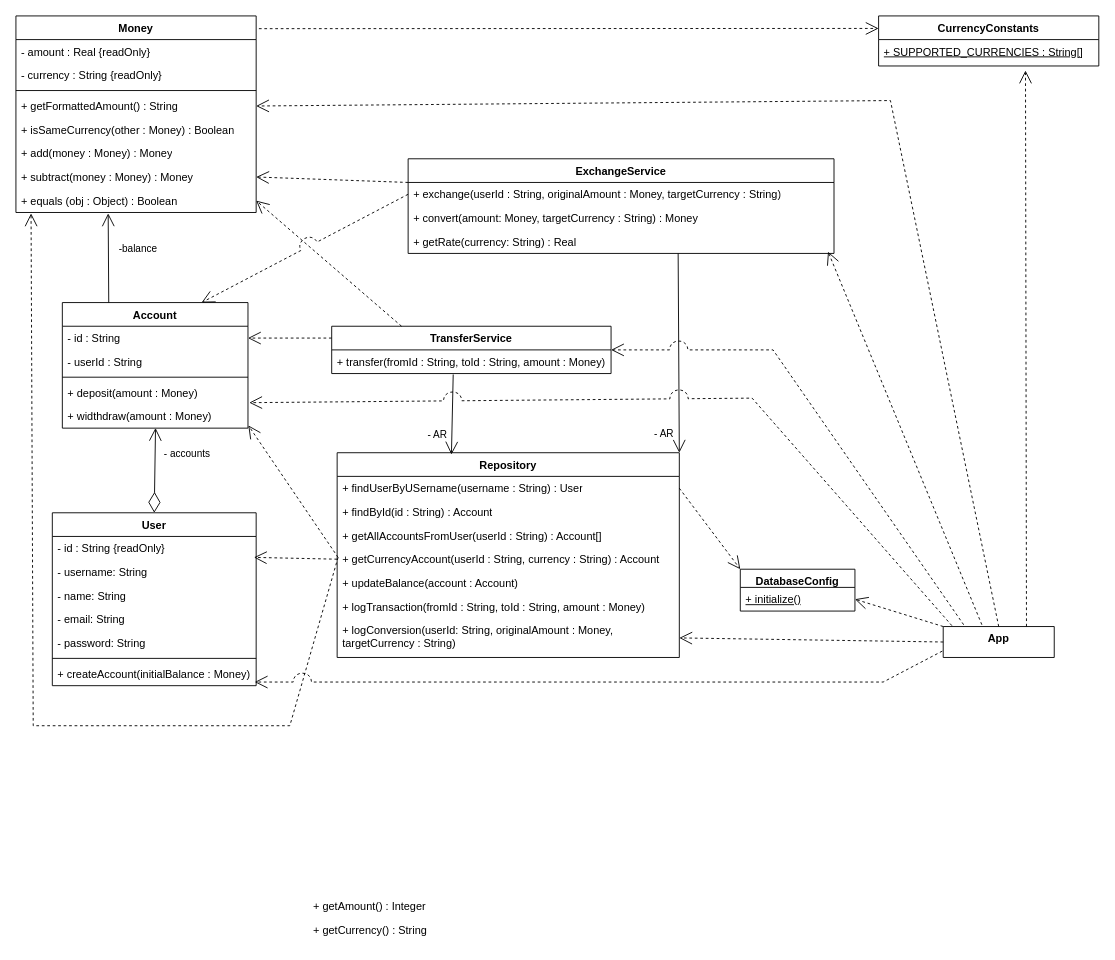
Before: lab 4 - ValueObject/IB.drawio in solovozer/-2, a draw.io diagram. Source tidied: cells renumbered, new cells numbered last; positions are measured from the earlier drawing's top-left corner, leaving out a move shared by most shapes. Both pictures are drawn from the tidied source at 91%, with x=0, y=0 at pixel (15, 15).
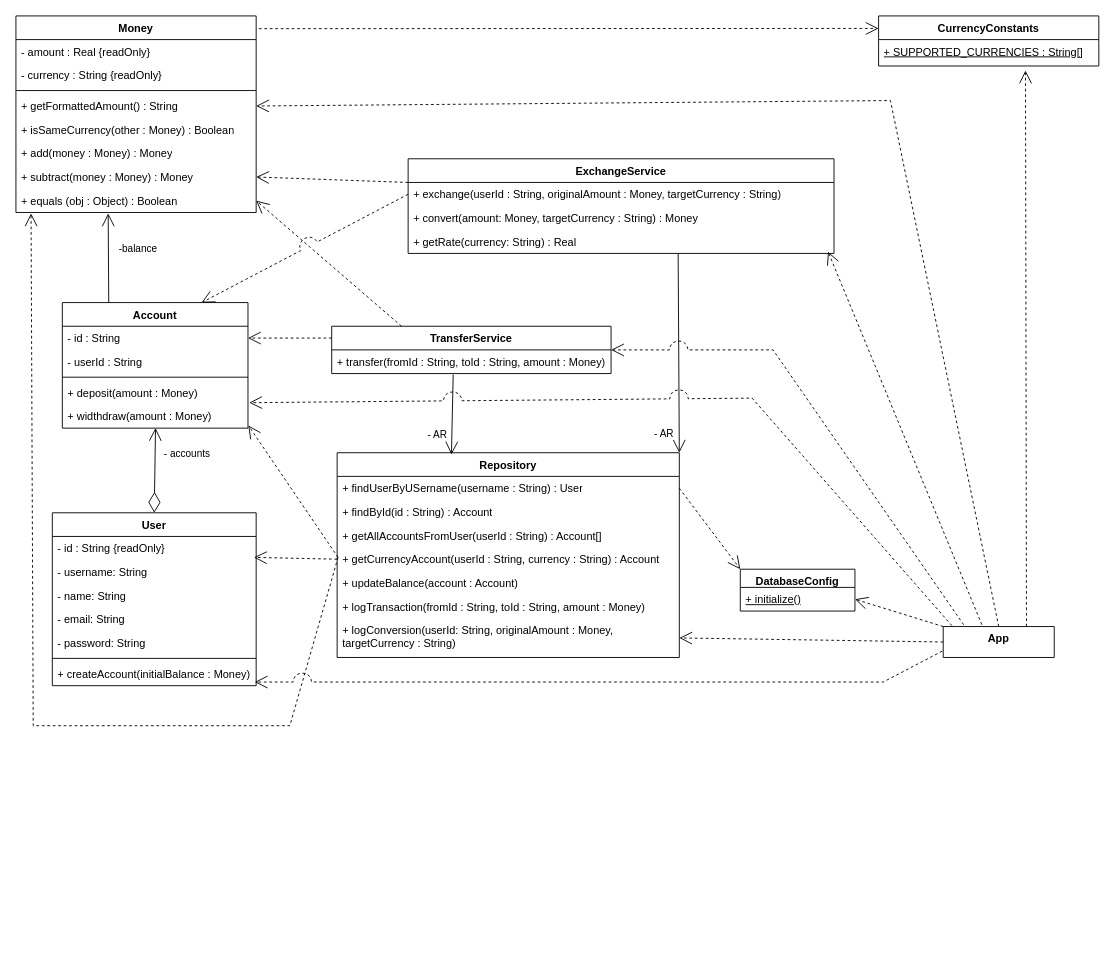
Above is the later version.

Diff of the diagram source:
```diff
@@
-    <mxCell id="37" value="+ getAmount() : Integer" style="text;strokeColor=none;fillColor=none;align=left;verticalAlign=top;spacingLeft=4;spacingRight=4;overflow=hidden;whiteSpace=wrap;html=1;" parent="1" vertex="1">
-      <mxGeometry x="321" y="965" width="250" height="26" as="geometry" />
-    </mxCell>
-    <mxCell id="38" value="+ getCurrency() : String" style="text;strokeColor=none;fillColor=none;align=left;verticalAlign=top;spacingLeft=4;spacingRight=4;overflow=hidden;whiteSpace=wrap;html=1;" parent="1" vertex="1">
-      <mxGeometry x="321" y="991" width="250" height="26" as="geometry" />
-    </mxCell>
```
